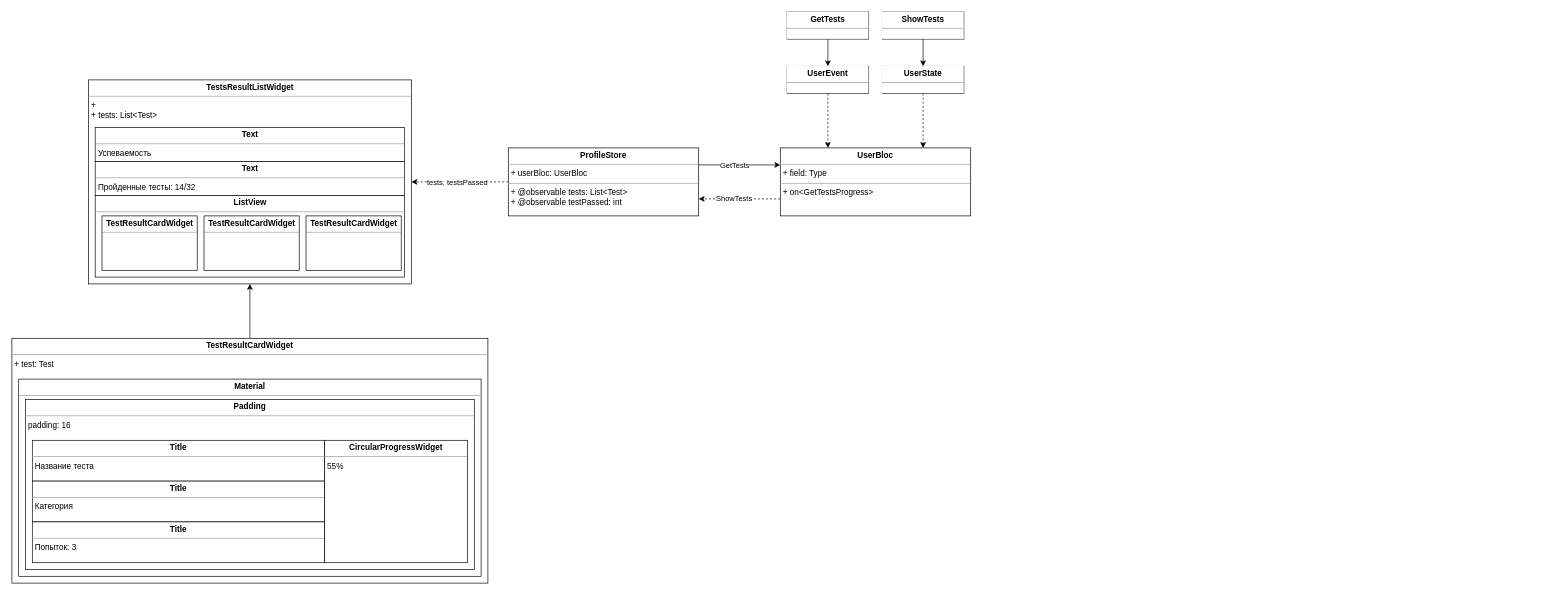
Before: feature/grade_carousel.drawio in ShiryaevNikolay/diagrams, a draw.io diagram. Source tidied: cells renumbered, new cells numbered last; positions are measured from the earlier drawing's top-left corner, leaving out a move shared by most shapes. Both pictures are drawn from the tidied source at 68%, with x=0, y=0 at pixel (12, 12).
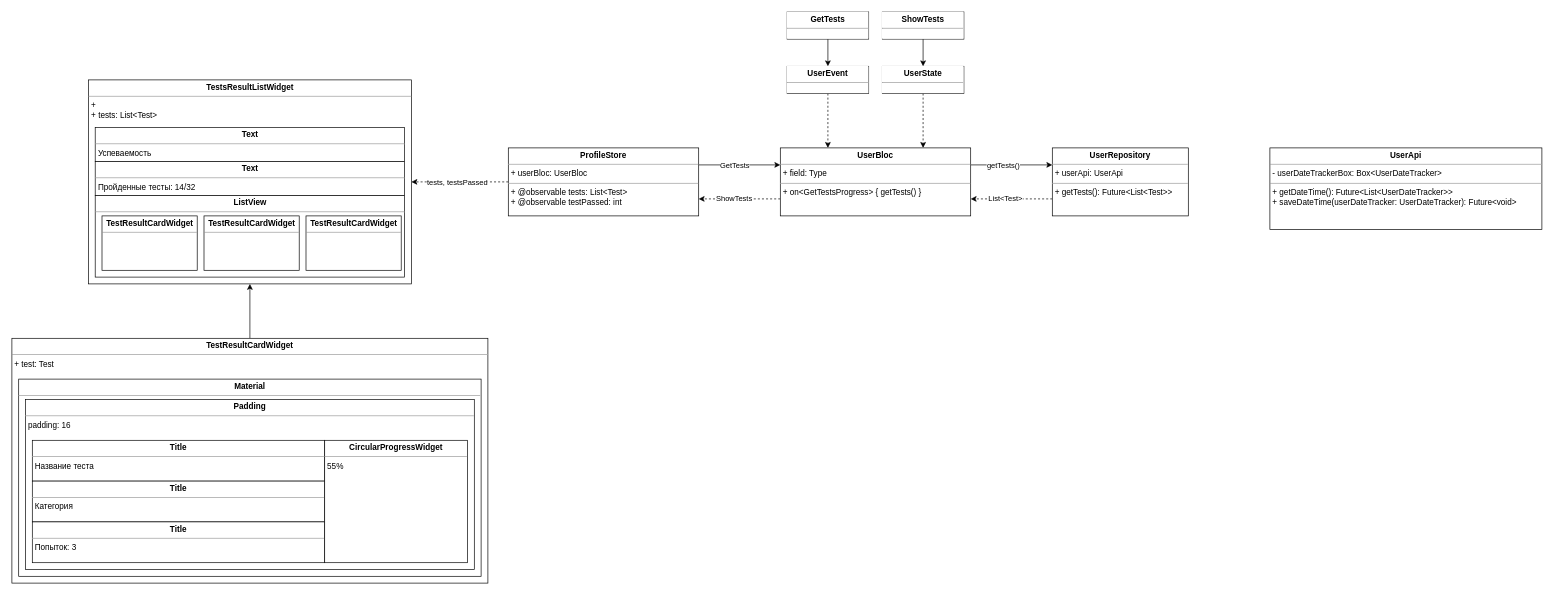
The same diagram, later.

Change to the diagram source:
```diff
@@
+    <mxCell id="33" style="edgeStyle=orthogonalEdgeStyle;rounded=0;jettySize=auto;html=1;exitX=1;exitY=0.25;exitDx=0;exitDy=0;entryX=0;entryY=0.25;entryDx=0;entryDy=0;" parent="1" edge="1" source="4" target="37">
+      <mxGeometry relative="1" as="geometry" />
+    </mxCell>
+    <mxCell id="34" value="getTests()" style="edgeLabel;html=1;align=center;verticalAlign=middle;" parent="33" vertex="1">
+      <mxGeometry x="-0.21" relative="1" as="geometry" />
+    </mxCell>
-    <mxCell id="4" value="&lt;p style=&quot;margin: 0px ; margin-top: 4px ; text-align: center&quot;&gt;&lt;b&gt;UserBloc&lt;/b&gt;&lt;/p&gt;&lt;hr size=&quot;1&quot;&gt;&lt;p style=&quot;margin: 0px ; margin-left: 4px&quot;&gt;+ field: Type&lt;/p&gt;&lt;hr size=&quot;1&quot;&gt;&lt;p style=&quot;margin: 0px ; margin-left: 4px&quot;&gt;+ on&amp;lt;GetTestsProgress&amp;gt;&lt;/p&gt;" style="verticalAlign=top;align=left;overflow=fill;fontSize=12;fontFamily=Helvetica;html=1;" parent="1" vertex="1">
+    <mxCell id="4" value="&lt;p style=&quot;margin: 0px ; margin-top: 4px ; text-align: center&quot;&gt;&lt;b&gt;UserBloc&lt;/b&gt;&lt;/p&gt;&lt;hr size=&quot;1&quot;&gt;&lt;p style=&quot;margin: 0px ; margin-left: 4px&quot;&gt;+ field: Type&lt;/p&gt;&lt;hr size=&quot;1&quot;&gt;&lt;p style=&quot;margin: 0px ; margin-left: 4px&quot;&gt;+ on&amp;lt;GetTestsProgress&amp;gt; { getTests() }&lt;br&gt;&lt;/p&gt;" style="verticalAlign=top;align=left;overflow=fill;fontSize=12;fontFamily=Helvetica;html=1;" parent="1" vertex="1">
       <mxGeometry x="1130" y="200" width="280" height="100" as="geometry" />
     </mxCell>
@@
+    <mxCell id="35" style="edgeStyle=orthogonalEdgeStyle;rounded=0;jettySize=auto;html=1;exitX=0;exitY=0.75;exitDx=0;exitDy=0;entryX=1;entryY=0.75;entryDx=0;entryDy=0;dashed=1;" parent="1" edge="1" source="37" target="4">
+      <mxGeometry relative="1" as="geometry" />
+    </mxCell>
+    <mxCell id="36" value="List&amp;lt;Test&amp;gt;" style="edgeLabel;html=1;align=center;verticalAlign=middle;" parent="35" vertex="1">
+      <mxGeometry x="0.16" y="-1" relative="1" as="geometry" />
+    </mxCell>
+    <mxCell id="37" value="&lt;p style=&quot;margin: 0px ; margin-top: 4px ; text-align: center&quot;&gt;&lt;b&gt;UserRepository&lt;/b&gt;&lt;/p&gt;&lt;hr size=&quot;1&quot;&gt;&lt;p style=&quot;margin: 0px ; margin-left: 4px&quot;&gt;+ userApi: UserApi&lt;/p&gt;&lt;hr size=&quot;1&quot;&gt;&lt;p style=&quot;margin: 0px ; margin-left: 4px&quot;&gt;+ getTests(): Future&amp;lt;List&amp;lt;Test&amp;gt;&amp;gt;&lt;/p&gt;" style="verticalAlign=top;align=left;overflow=fill;fontSize=12;fontFamily=Helvetica;html=1;fontColor=default;strokeColor=default;fillColor=default;" parent="1" vertex="1">
+      <mxGeometry x="1530" y="200" width="200" height="100" as="geometry" />
+    </mxCell>
+    <mxCell id="38" value="&lt;p style=&quot;margin: 0px ; margin-top: 4px ; text-align: center&quot;&gt;&lt;b&gt;UserApi&lt;/b&gt;&lt;/p&gt;&lt;hr size=&quot;1&quot;&gt;&lt;p style=&quot;margin: 0px ; margin-left: 4px&quot;&gt;- userDateTrackerBox: Box&amp;lt;UserDateTracker&amp;gt;&lt;/p&gt;&lt;hr size=&quot;1&quot;&gt;&lt;p style=&quot;margin: 0px ; margin-left: 4px&quot;&gt;+ getDateTime(): Future&amp;lt;List&amp;lt;UserDateTracker&amp;gt;&amp;gt;&lt;/p&gt;&lt;p style=&quot;margin: 0px ; margin-left: 4px&quot;&gt;+ saveDateTime(userDateTracker: UserDateTracker): Future&amp;lt;void&amp;gt;&lt;/p&gt;" style="verticalAlign=top;align=left;overflow=fill;fontSize=12;fontFamily=Helvetica;html=1;fontColor=default;strokeColor=default;fillColor=default;" parent="1" vertex="1">
+      <mxGeometry x="1850" y="200" width="400" height="120" as="geometry" />
+    </mxCell>
```
